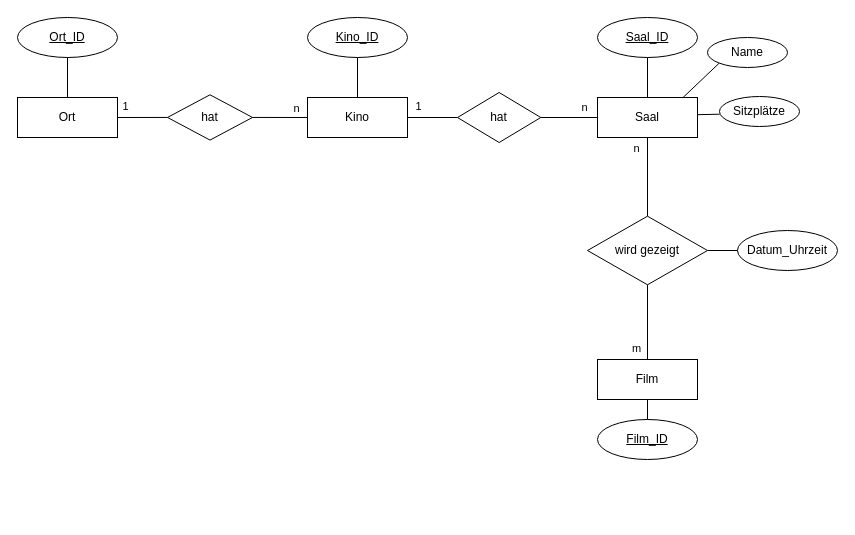
heinoKool/db-fun keeps this draw.io diagram as page "Kino" (2 of 4) of erm/challenges-solutions.drawio. Above is the earlier version. Source tidied: cells renumbered, new cells numbered last; positions are measured from the earlier drawing's top-left corner, leaving out a move shared by most shapes. Both pictures are drawn from the tidied source at 100%, with x=0, y=0 at pixel (17, 17).
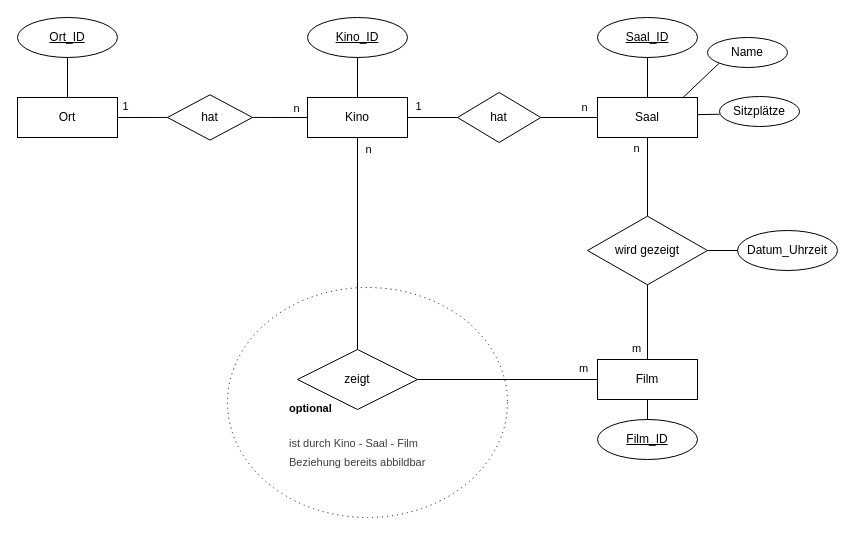
The same diagram, later.

The change refers to these unchanged cells:
```xml
<mxCell id="5" value="Kino" style="shape=rectangle;perimeter=rectanglePerimeter;whiteSpace=wrap;html=1;align=center;fontFamily=IBM Plex Mono;" parent="1" vertex="1">
  <mxGeometry x="290" y="80" width="100" height="40" as="geometry" />
</mxCell>
<mxCell id="15" value="Film" style="shape=rectangle;perimeter=rectanglePerimeter;whiteSpace=wrap;html=1;align=center;fontFamily=IBM Plex Mono;" parent="1" vertex="1">
  <mxGeometry x="580" y="342" width="100" height="40" as="geometry" />
</mxCell>
```

Change to the diagram source:
```diff
@@
+    <mxCell id="35" style="edgeStyle=none;html=1;exitX=0.5;exitY=0;exitDx=0;exitDy=0;entryX=0.5;entryY=1;entryDx=0;entryDy=0;endArrow=none;endFill=0;" parent="1" edge="1" source="39" target="5">
+      <mxGeometry relative="1" as="geometry" />
+    </mxCell>
+    <mxCell id="36" value="n" style="edgeLabel;html=1;align=center;verticalAlign=middle;" parent="35" vertex="1">
+      <mxGeometry x="0.91" y="-1" relative="1" as="geometry">
+        <mxPoint x="9" y="1" as="offset" />
+      </mxGeometry>
+    </mxCell>
+    <mxCell id="37" style="edgeStyle=none;html=1;exitX=1;exitY=0.5;exitDx=0;exitDy=0;endArrow=none;endFill=0;" parent="1" edge="1" source="39" target="15">
+      <mxGeometry relative="1" as="geometry" />
+    </mxCell>
+    <mxCell id="38" value="m" style="edgeLabel;html=1;align=center;verticalAlign=middle;" parent="37" vertex="1">
+      <mxGeometry x="0.83" y="3" relative="1" as="geometry">
+        <mxPoint y="-9" as="offset" />
+      </mxGeometry>
+    </mxCell>
+    <mxCell id="39" value="zeigt" style="shape=rhombus;perimeter=rhombusPerimeter;whiteSpace=wrap;html=1;align=center;" parent="1" vertex="1">
+      <mxGeometry x="280" y="332" width="120" height="60" as="geometry" />
+    </mxCell>
+    <mxCell id="40" value="&lt;h1 style=&quot;margin-top: 0px; line-height: 80%;&quot;&gt;&lt;font style=&quot;font-size: 11px; line-height: 80%;&quot;&gt;optional&lt;/font&gt;&lt;/h1&gt;&lt;h1 style=&quot;margin-top: 0px; line-height: 80%;&quot;&gt;&lt;span style=&quot;color: rgb(63, 63, 63); background-color: transparent; font-weight: normal;&quot;&gt;&lt;font style=&quot;font-size: 11px; line-height: 80%;&quot;&gt;ist durch Kino - Saal - Film Beziehung bereits abbildbar&lt;/font&gt;&lt;/span&gt;&lt;/h1&gt;" style="text;html=1;whiteSpace=wrap;overflow=hidden;rounded=0;" parent="1" vertex="1">
+      <mxGeometry x="270" y="370" width="160" height="90" as="geometry" />
+    </mxCell>
+    <mxCell id="41" style="ellipse;whiteSpace=wrap;html=1;fillColor=none;dashed=1;dashPattern=1 4;" parent="1" vertex="1">
+      <mxGeometry x="210" y="270" width="280" height="230" as="geometry" />
+    </mxCell>
```
